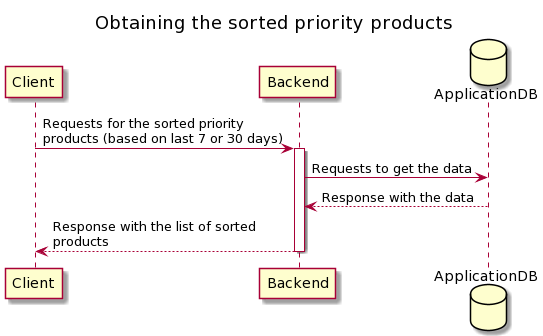
The PlantUML diagram Diagrams/obtaining-the-sorted-priority-products.png in drilon-selimii/produktet-prioritare, before a commit.
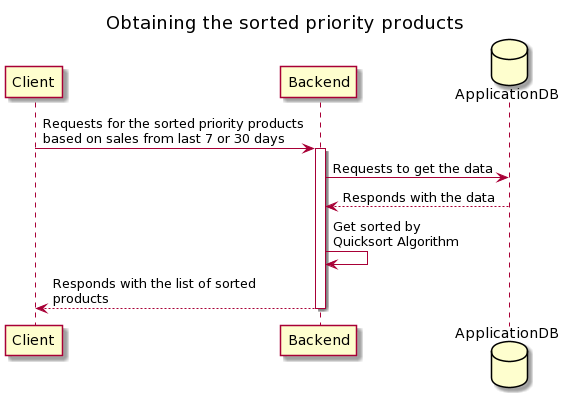
Later version of the same file.

Diff of the diagram source:
```diff
@@ -1,14 +1,17 @@
 @startuml
 title: Obtaining the sorted priority products
 
-Client -> Backend: Requests for the sorted priority \nproducts (based on last 7 or 30 days)
+Client -> Backend: Requests for the sorted priority products\nbased on sales from last 7 or 30 days
+
+database ApplicationDB
 
 activate Backend
-database ApplicationDB
 Backend -> ApplicationDB: Requests to get the data
-ApplicationDB --> Backend: Response with the data
 
-Backend --> Client: Response with the list of sorted\nproducts
+ApplicationDB --> Backend: Responds with the data
 
+Backend -> Backend: Get sorted by\nQuicksort Algorithm
+
+Backend --> Client: Responds with the list of sorted\nproducts
 deactivate Backend
 @enduml
```
